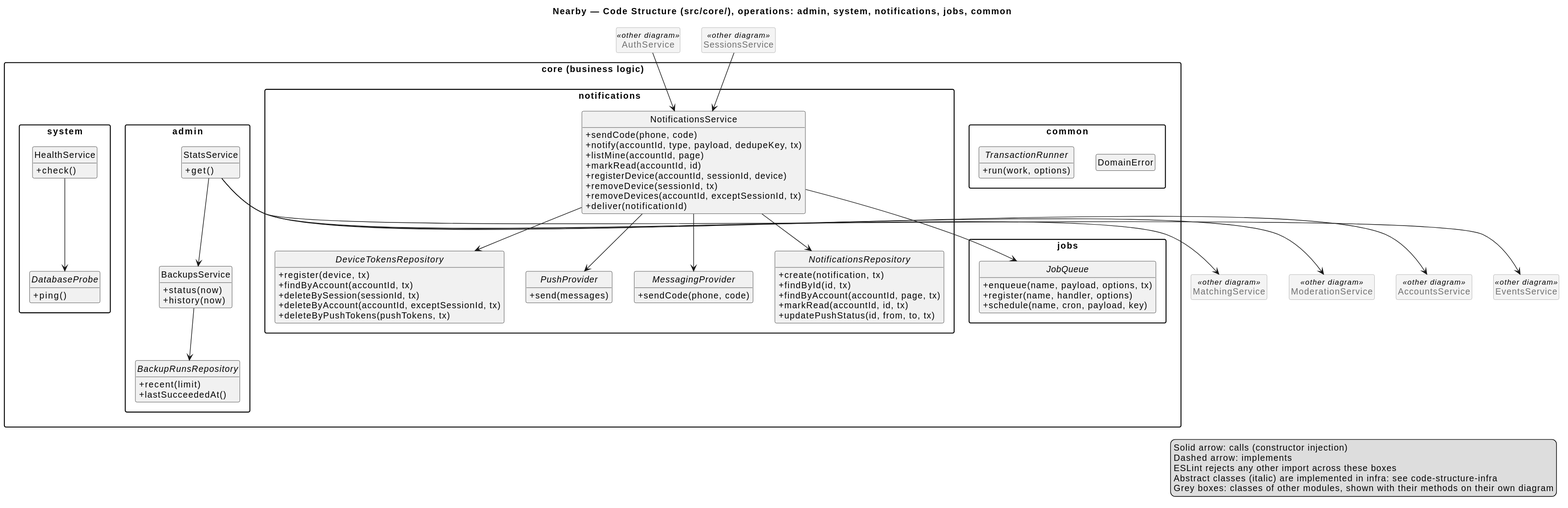
ukma-fin-ssdm-2026/pun-intended-team keeps this PlantUML diagram as docs/architecture/uml/rendered/code-structure-core-operations.svg. Above is the earlier version.
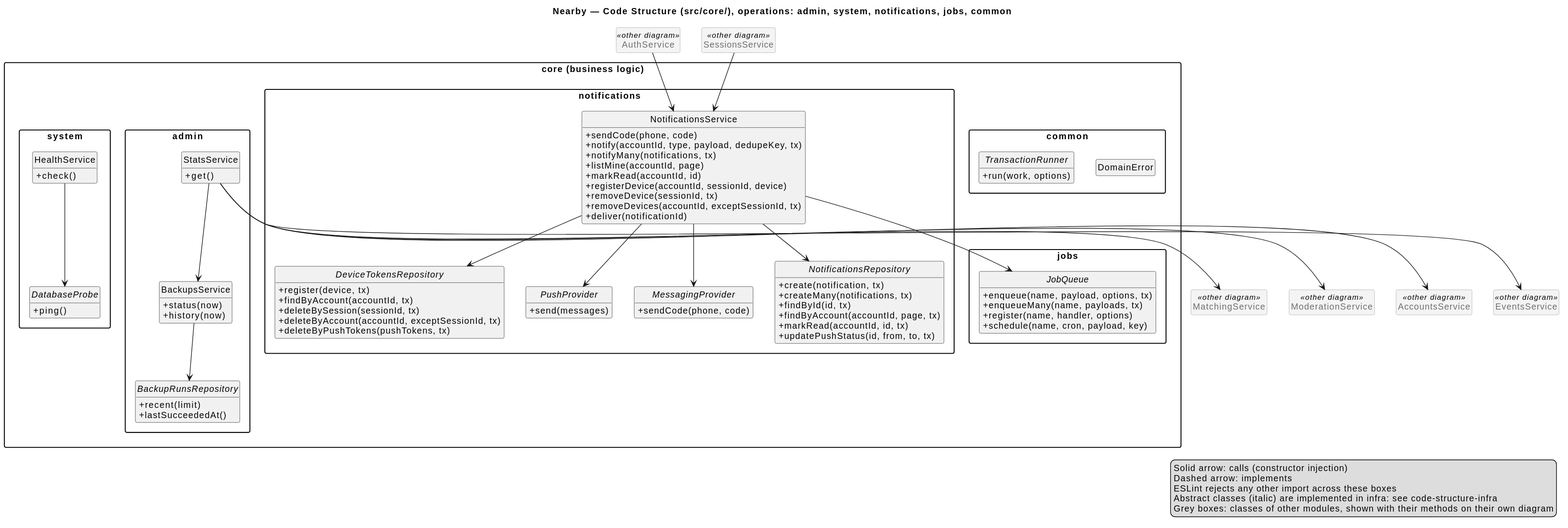
The same file after the commit.

Diff of the diagram source:
```diff
@@ -38,6 +38,7 @@
     class NotificationsService {
       +sendCode(phone, code)
       +notify(accountId, type, payload, dedupeKey, tx)
+      +notifyMany(notifications, tx)
       +listMine(accountId, page)
       +markRead(accountId, id)
       +registerDevice(accountId, sessionId, device)
@@ -50,6 +51,7 @@
     }
     abstract class NotificationsRepository {
       +create(notification, tx)
+      +createMany(notifications, tx)
       +findById(id, tx)
       +findByAccount(accountId, page, tx)
       +markRead(accountId, id, tx)
@@ -69,6 +71,7 @@
   package jobs {
     abstract class JobQueue {
       +enqueue(name, payload, options, tx)
+      +enqueueMany(name, payloads, tx)
       +register(name, handler, options)
       +schedule(name, cron, payload, key)
     }
```
